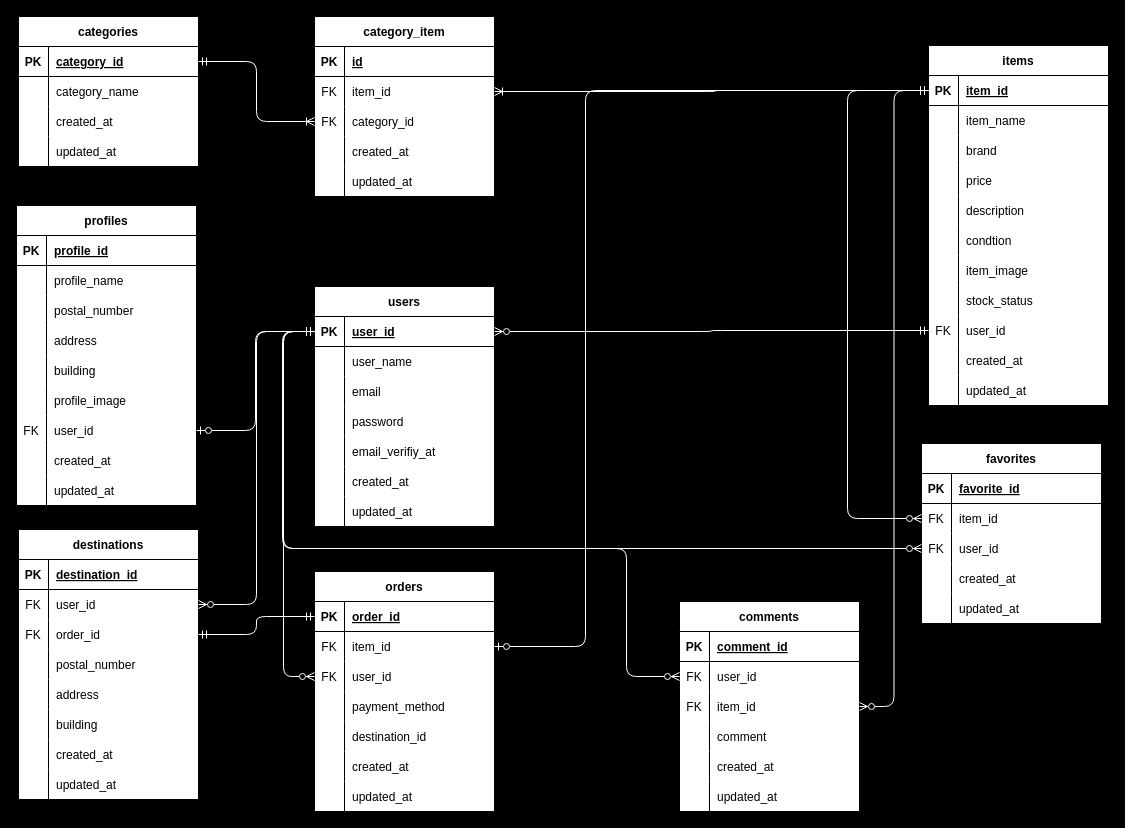
The draw.io diagram flea_markets_er.dio in ayuka-maruyama/coachtech_flea_markets, before the edit. Source tidied: cells renumbered, new cells numbered last; positions are measured from the earlier drawing's top-left corner, leaving out a move shared by most shapes. Both pictures are drawn from the tidied source at 100%, with x=0, y=0 at pixel (16, 16).
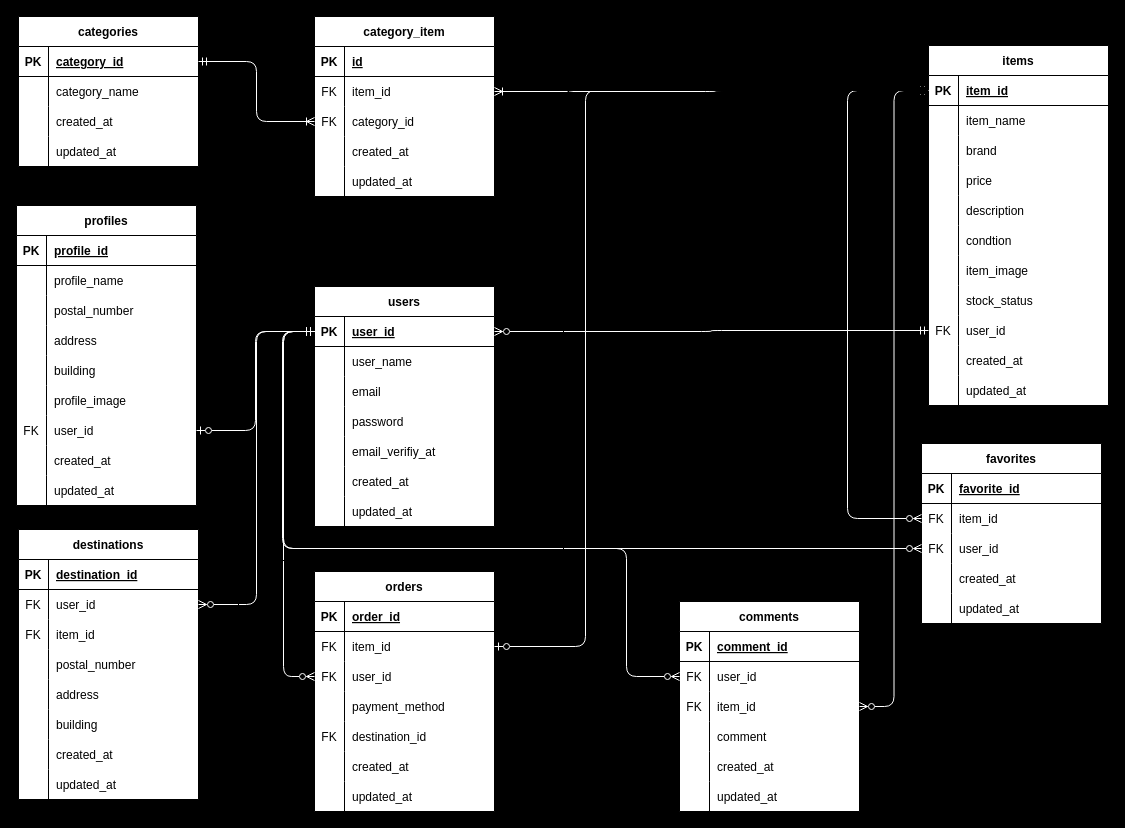
The same page after the edit.

Commit message:
送付先テーブル作成によるER図の修正

The change refers to these unchanged cells:
```xml
<mxCell id="54" style="shape=tableRow;horizontal=0;startSize=0;swimlaneHead=0;swimlaneBody=0;fillColor=none;points=[[0,0.5],[1,0.5]];portConstraint=eastwest;top=0;left=0;right=0;bottom=1;" parent="53" vertex="1">
  <mxGeometry y="30" width="180" height="30" as="geometry" />
</mxCell>
<mxCell id="88" style="shape=tableRow;horizontal=0;startSize=0;swimlaneHead=0;swimlaneBody=0;fillColor=none;points=[[0,0.5],[1,0.5]];portConstraint=eastwest;top=0;left=0;right=0;bottom=1;" parent="87" vertex="1">
  <mxGeometry y="30" width="180" height="30" as="geometry" />
</mxCell>
<mxCell id="100" style="shape=tableRow;horizontal=0;startSize=0;swimlaneHead=0;swimlaneBody=0;fillColor=none;points=[[0,0.5],[1,0.5]];portConstraint=eastwest;top=0;left=0;right=0;bottom=0;" parent="87" vertex="1">
  <mxGeometry y="150" width="180" height="30" as="geometry" />
</mxCell>
<mxCell id="138" style="shape=tableRow;horizontal=0;startSize=0;swimlaneHead=0;swimlaneBody=0;fillColor=none;points=[[0,0.5],[1,0.5]];portConstraint=eastwest;top=0;left=0;right=0;bottom=1;" parent="137" vertex="1">
  <mxGeometry y="30" width="180" height="30" as="geometry" />
</mxCell>
<mxCell id="144" style="shape=tableRow;horizontal=0;startSize=0;swimlaneHead=0;swimlaneBody=0;fillColor=none;points=[[0,0.5],[1,0.5]];portConstraint=eastwest;top=0;left=0;right=0;bottom=0;" parent="137" vertex="1">
  <mxGeometry y="90" width="180" height="30" as="geometry" />
</mxCell>
```

The edit, as a diff of the source:
```diff
@@
-    <mxCell id="101" style="shape=partialRectangle;fillColor=none;top=0;left=0;bottom=0;right=0;overflow=hidden;" parent="100" vertex="1">
+    <mxCell id="101" value="FK" style="shape=partialRectangle;fillColor=none;top=0;left=0;bottom=0;right=0;overflow=hidden;" parent="100" vertex="1">
       <mxGeometry width="30" height="30" as="geometry" />
     </mxCell>
@@
-    <mxCell id="146" value="order_id" style="shape=partialRectangle;fillColor=none;top=0;left=0;bottom=0;right=0;align=left;spacingLeft=6;overflow=hidden;" parent="144" vertex="1">
+    <mxCell id="146" value="item_id" style="shape=partialRectangle;fillColor=none;top=0;left=0;bottom=0;right=0;align=left;spacingLeft=6;overflow=hidden;" parent="144" vertex="1">
       <mxGeometry x="30" width="150" height="30" as="geometry" />
     </mxCell>
@@
-    <mxCell id="201" style="edgeStyle=orthogonalEdgeStyle;html=1;exitX=1;exitY=0.5;exitDx=0;exitDy=0;entryX=0;entryY=0.5;entryDx=0;entryDy=0;strokeColor=#FFFFFF;startArrow=ERmandOne;startFill=0;endArrow=ERmandOne;endFill=0;" parent="1" edge="1" source="144" target="88">
-      <mxGeometry relative="1" as="geometry" />
-    </mxCell>
@@
+    <mxCell id="209" style="edgeStyle=orthogonalEdgeStyle;html=1;exitX=1;exitY=0.5;exitDx=0;exitDy=0;entryX=0;entryY=0.5;entryDx=0;entryDy=0;startArrow=ERzeroToMany;startFill=0;endArrow=ERmandOne;endFill=0;" parent="1" edge="1" source="144" target="54">
+      <mxGeometry relative="1" as="geometry">
+        <Array as="points">
+          <mxPoint x="249" y="618" />
+          <mxPoint x="249" y="544" />
+          <mxPoint x="547" y="544" />
+          <mxPoint x="547" y="74" />
+        </Array>
+      </mxGeometry>
+    </mxCell>
+    <mxCell id="210" style="edgeStyle=orthogonalEdgeStyle;html=1;exitX=0;exitY=0.5;exitDx=0;exitDy=0;entryX=1;entryY=0.5;entryDx=0;entryDy=0;startArrow=ERzeroToMany;startFill=0;endArrow=ERmandOne;endFill=0;" parent="1" edge="1" source="100" target="138">
+      <mxGeometry relative="1" as="geometry">
+        <Array as="points">
+          <mxPoint x="222" y="720" />
+          <mxPoint x="222" y="558" />
+        </Array>
+      </mxGeometry>
+    </mxCell>
```
